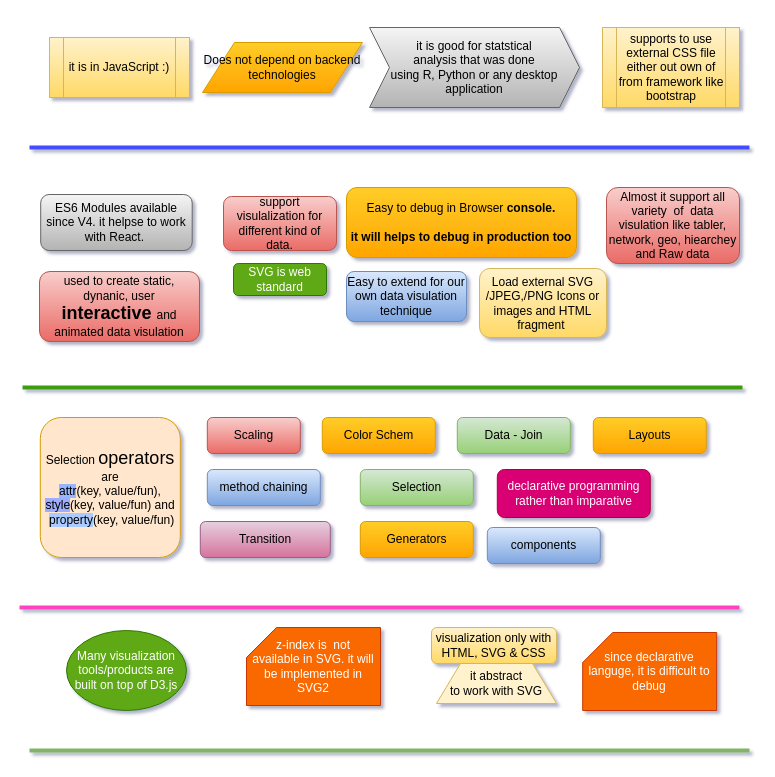
The draw.io diagram page "Killing features of D3" (5 of 8) of My Articles/d3/D3 Understanding.drawio in anbarasan-raji/books, before the edit. Source tidied: cells renumbered, new cells numbered last; positions are measured from the earlier drawing's top-left corner, leaving out a move shared by most shapes. Both pictures are drawn from the tidied source at 100%, with x=0, y=0 at pixel (19, 27).
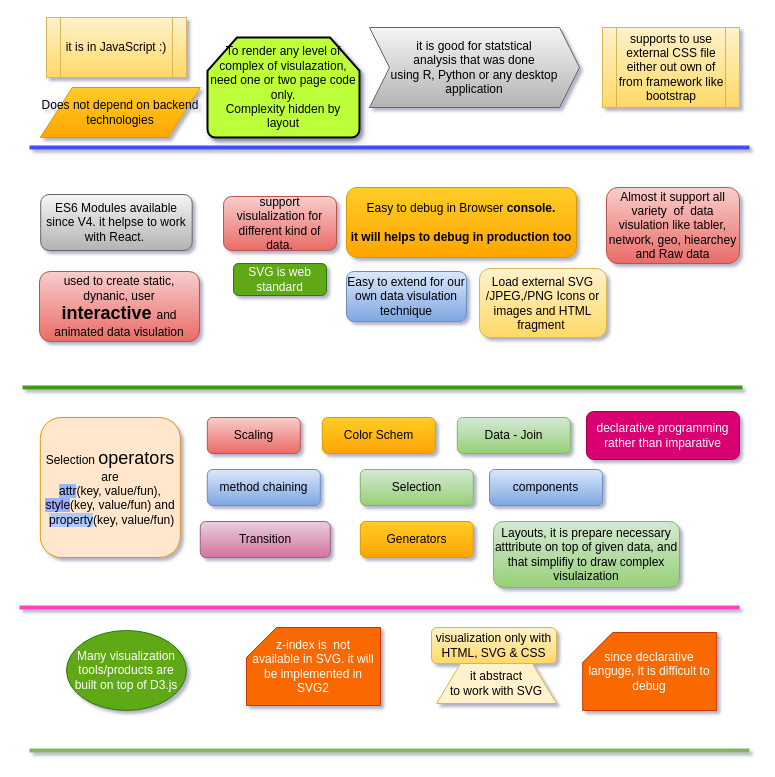
The same diagram, later.

Diff of the diagram source:
```diff
@@
     <mxCell id="11" value="it is in JavaScript :)" style="shape=process;whiteSpace=wrap;html=1;backgroundOutline=1;gradientColor=#ffd966;fillColor=#fff2cc;strokeColor=#d6b656;" parent="1" vertex="1">
-      <mxGeometry x="30" y="10" width="140" height="60" as="geometry" />
+      <mxGeometry x="27" y="-10" width="140" height="60" as="geometry" />
     </mxCell>
     <mxCell id="12" value="Does not depend on backend technologies" style="shape=parallelogram;perimeter=parallelogramPerimeter;whiteSpace=wrap;html=1;gradientColor=#ffa500;fillColor=#ffcd28;strokeColor=#d79b00;" parent="1" vertex="1">
-      <mxGeometry x="183" y="15" width="160" height="50" as="geometry" />
+      <mxGeometry x="20.8" y="60" width="160" height="50" as="geometry" />
     </mxCell>
@@
     <mxCell id="27" value="declarative programming rather than imparative" style="rounded=1;whiteSpace=wrap;html=1;fillColor=#d80073;strokeColor=#A50040;fontColor=#ffffff;" parent="1" vertex="1">
-      <mxGeometry x="477.8" y="442" width="153" height="48" as="geometry" />
+      <mxGeometry x="567" y="384" width="153" height="48" as="geometry" />
     </mxCell>
@@
-    <mxCell id="31" value="Layouts" style="rounded=1;whiteSpace=wrap;html=1;gradientColor=#ffa500;fillColor=#ffcd28;strokeColor=#d79b00;" parent="1" vertex="1">
-      <mxGeometry x="573.8" y="390" width="113" height="36" as="geometry" />
+    <mxCell id="31" value="Layouts, it is prepare necessary atttribute on top of given data, and that simplifiy to draw complex visulaization" style="rounded=1;whiteSpace=wrap;html=1;gradientColor=#97d077;fillColor=#d5e8d4;strokeColor=#82b366;" parent="1" vertex="1">
+      <mxGeometry x="474" y="494" width="186" height="66" as="geometry" />
     </mxCell>
     <mxCell id="32" value="components" style="rounded=1;whiteSpace=wrap;html=1;gradientColor=#7ea6e0;fillColor=#dae8fc;strokeColor=#6c8ebf;" parent="1" vertex="1">
-      <mxGeometry x="467.8" y="500" width="113" height="36" as="geometry" />
+      <mxGeometry x="470" y="442" width="113" height="36" as="geometry" />
     </mxCell>
@@
+    <mxCell id="34" value="To render any level of complex of visulazation, need one or two page code only. &lt;br&gt;Complexity hidden by layout" style="strokeWidth=2;html=1;shape=mxgraph.flowchart.loop_limit;whiteSpace=wrap;shadow=1;glass=0;comic=0;fillColor=#BDFF38;gradientColor=none;" parent="1" vertex="1">
+      <mxGeometry x="188" y="10" width="152" height="100" as="geometry" />
+    </mxCell>
```
